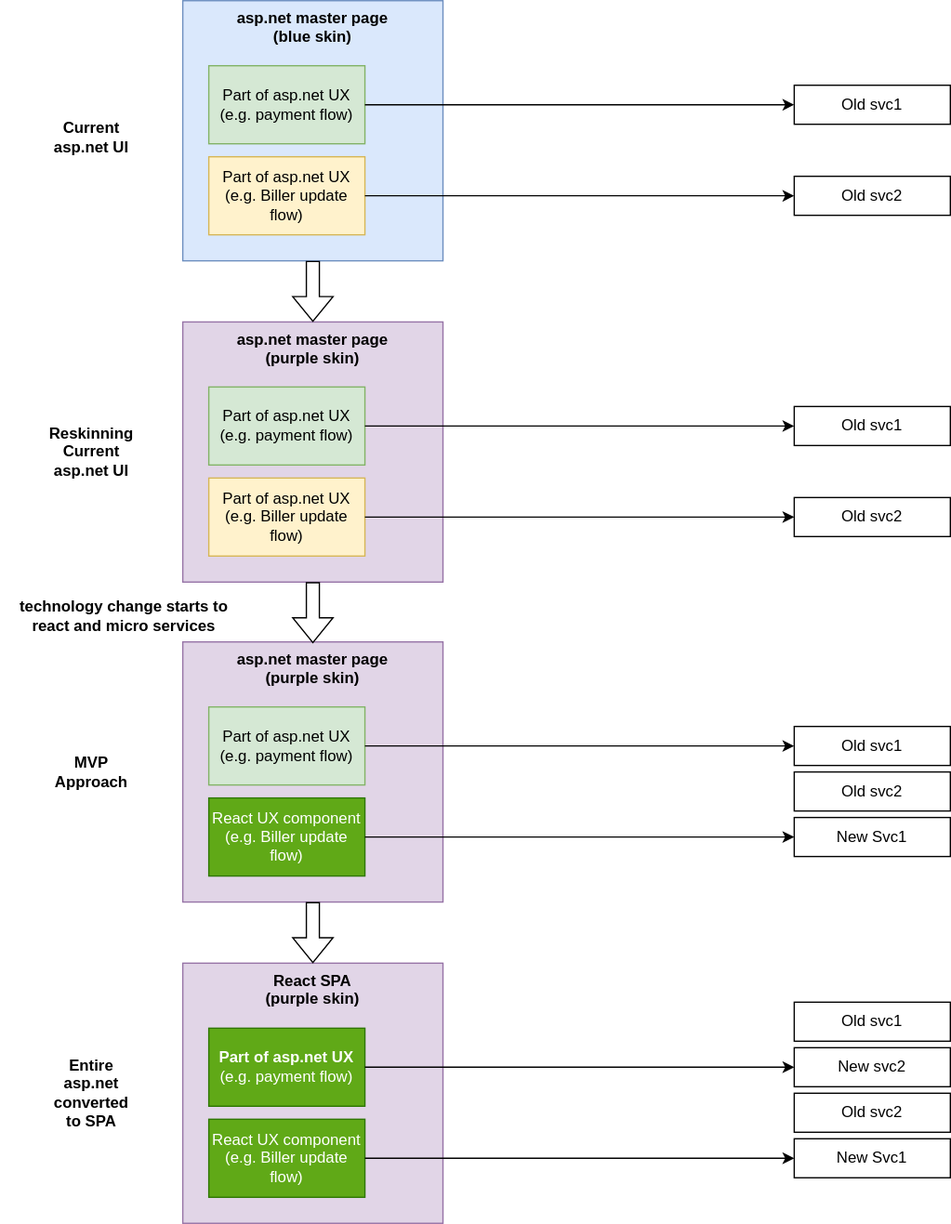
Before: microservices/reactreskinning.svg, a diagram exported from draw.io (vjavle/invoicecloud). Source tidied: cells renumbered, new cells last; positions are measured from the earlier drawing's top-left corner, leaving out a move shared by most shapes.
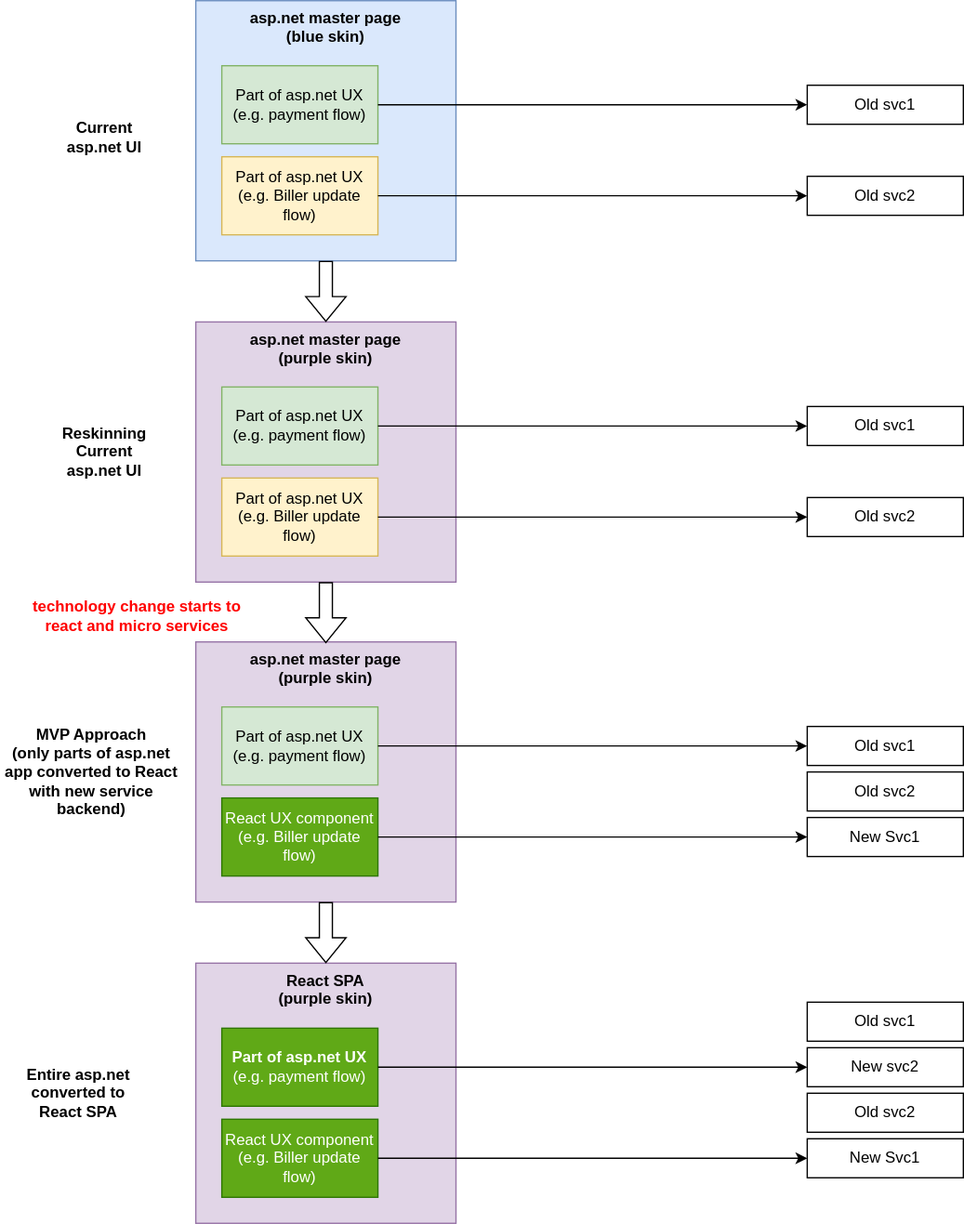
Above is the later version.

Change to the diagram source:
```diff
@@ -2,7 +2,7 @@
   <root>
     <mxCell id="0" />
     <mxCell id="1" parent="0" />
-    <mxCell id="2" value="technology change starts to react and micro services" style="text;html=1;strokeColor=none;fillColor=none;align=center;verticalAlign=middle;whiteSpace=wrap;rounded=0;fontStyle=1;" parent="1" vertex="1">
+    <mxCell id="2" value="technology change starts to react and micro services" style="text;html=1;strokeColor=none;fillColor=none;align=center;verticalAlign=middle;whiteSpace=wrap;rounded=0;fontStyle=1;fontColor=#FF0000;" parent="1" vertex="1">
       <mxGeometry y="430" width="190" height="85" as="geometry" />
     </mxCell>
     <mxCell id="3" style="group;" parent="1" vertex="1">
@@ -62,8 +62,8 @@
     <mxCell id="21" style="group;" parent="1" vertex="1">
       <mxGeometry x="40" y="493" width="690" height="200" as="geometry" />
     </mxCell>
-    <mxCell id="22" value="&lt;b&gt;MVP Approach&lt;/b&gt;" style="text;html=1;strokeColor=none;fillColor=none;align=center;verticalAlign=middle;whiteSpace=wrap;rounded=0;" parent="21" vertex="1">
-      <mxGeometry y="85" width="60" height="30" as="geometry" />
+    <mxCell id="22" value="&lt;b&gt;MVP Approach&lt;br&gt;(only parts of asp.net app converted to React with new service backend)&lt;br&gt;&lt;/b&gt;" style="text;html=1;strokeColor=none;fillColor=none;align=center;verticalAlign=middle;whiteSpace=wrap;rounded=0;" parent="21" vertex="1">
+      <mxGeometry x="-50" y="85" width="140" height="30" as="geometry" />
     </mxCell>
     <mxCell id="23" value="asp.net master page&lt;br&gt;(purple skin)" style="rounded=0;whiteSpace=wrap;html=1;fillColor=#e1d5e7;strokeColor=#9673a6;fontStyle=1;verticalAlign=top;" parent="21" vertex="1">
       <mxGeometry x="100" width="200" height="200" as="geometry" />
@@ -92,8 +92,8 @@
     <mxCell id="31" style="group;" parent="1" vertex="1">
       <mxGeometry x="40" y="740" width="690" height="200" as="geometry" />
     </mxCell>
-    <mxCell id="32" value="Entire asp.net converted to SPA" style="text;html=1;strokeColor=none;fillColor=none;align=center;verticalAlign=middle;whiteSpace=wrap;rounded=0;fontStyle=1;" parent="31" vertex="1">
-      <mxGeometry y="85" width="60" height="30" as="geometry" />
+    <mxCell id="32" value="Entire asp.net converted to React SPA" style="text;html=1;strokeColor=none;fillColor=none;align=center;verticalAlign=middle;whiteSpace=wrap;rounded=0;fontStyle=1;" parent="31" vertex="1">
+      <mxGeometry x="-40" y="85" width="100" height="30" as="geometry" />
     </mxCell>
     <mxCell id="33" value="React SPA&lt;br&gt;(purple skin)" style="rounded=0;whiteSpace=wrap;html=1;fillColor=#e1d5e7;strokeColor=#9673a6;fontStyle=1;verticalAlign=top;" parent="31" vertex="1">
       <mxGeometry x="100" width="200" height="200" as="geometry" />
```
